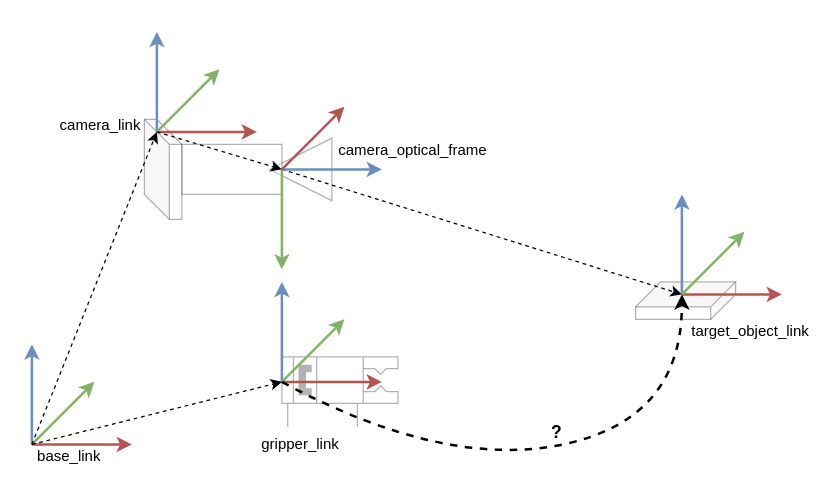
Before: page "example-transformation" (2 of 3) of src/resources/ros-tf.drawio in harleylara/robotics, a draw.io diagram. Source tidied: cells renumbered, new cells numbered last; positions are measured from the earlier drawing's top-left corner, leaving out a move shared by most shapes. Both pictures are drawn from the tidied source at 125%, with x=0, y=0 at pixel (31, 31).
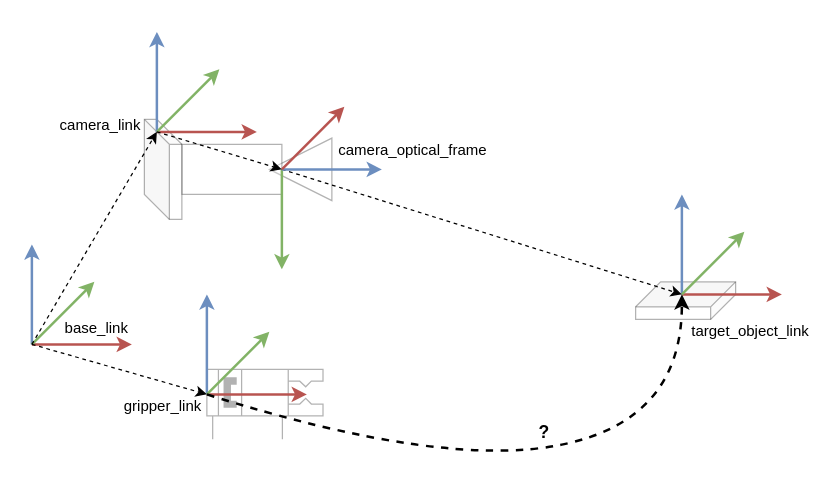
After the change.

Commit message:
add example of common names

The edit, as a diff of the source:
```diff
@@
     <mxCell id="11" style="verticalLabelPosition=bottom;html=1;verticalAlign=top;fillColor=strokeColor;align=center;shape=mxgraph.fluid_power.x11630;opacity=30;" parent="1" vertex="1">
-      <mxGeometry x="200" y="260" width="92.9" height="55.8" as="geometry" />
+      <mxGeometry x="140" y="270" width="92.9" height="55.8" as="geometry" />
     </mxCell>
     <mxCell id="12" style="group;" parent="1" vertex="1">
-      <mxGeometry y="250" width="80" height="80" as="geometry" />
+      <mxGeometry y="170" width="80" height="80" as="geometry" />
     </mxCell>
@@
-    <mxCell id="16" value="base_link" style="text;html=1;whiteSpace=wrap;strokeColor=none;fillColor=none;align=center;verticalAlign=middle;rounded=0;" parent="1" vertex="1">
-      <mxGeometry y="330" width="60" height="20" as="geometry" />
-    </mxCell>
@@
     <mxCell id="22" value="gripper_link" style="text;html=1;whiteSpace=wrap;strokeColor=none;fillColor=none;align=center;verticalAlign=middle;rounded=0;" parent="1" vertex="1">
-      <mxGeometry x="180" y="320" width="70" height="20" as="geometry" />
+      <mxGeometry x="70" y="290" width="70" height="20" as="geometry" />
     </mxCell>
     <mxCell id="23" style="group;" parent="1" vertex="1">
-      <mxGeometry x="200" y="200" width="80" height="80" as="geometry" />
+      <mxGeometry x="140" y="210" width="80" height="80" as="geometry" />
     </mxCell>
@@
-    <mxCell id="32" style="endArrow=classic;html=1;rounded=0;exitX=0;exitY=0;exitDx=0;exitDy=0;dashed=1;" parent="1" edge="1" source="16">
+    <mxCell id="32" style="endArrow=classic;html=1;rounded=0;dashed=1;" parent="1" edge="1">
       <mxGeometry relative="1" as="geometry">
+        <mxPoint y="250" as="sourcePoint" />
         <mxPoint x="100" y="80" as="targetPoint" />
       </mxGeometry>
     </mxCell>
@@
-    <mxCell id="34" style="endArrow=classic;html=1;rounded=0;exitX=0;exitY=0;exitDx=0;exitDy=0;dashed=1;" parent="1" edge="1" source="16">
+    <mxCell id="34" style="endArrow=classic;html=1;rounded=0;dashed=1;" parent="1" edge="1">
       <mxGeometry relative="1" as="geometry">
-        <mxPoint x="200" y="280" as="targetPoint" />
+        <mxPoint y="250" as="sourcePoint" />
+        <mxPoint x="140" y="290" as="targetPoint" />
       </mxGeometry>
     </mxCell>
     <mxCell id="35" style="curved=1;endArrow=classic;html=1;rounded=0;dashed=1;strokeWidth=2;" parent="1" edge="1">
       <mxGeometry relative="1" as="geometry">
-        <mxPoint x="200" y="280" as="sourcePoint" />
+        <mxPoint x="140" y="290" as="sourcePoint" />
         <mxPoint x="520" y="210" as="targetPoint" />
         <Array as="points">
           <mxPoint x="330" y="350" />
           <mxPoint x="520" y="310" />
         </Array>
       </mxGeometry>
     </mxCell>
     <mxCell id="36" value="?" style="text;html=1;whiteSpace=wrap;strokeColor=none;fillColor=none;align=center;verticalAlign=middle;rounded=0;fontStyle=1;fontSize=14;" parent="1" vertex="1">
-      <mxGeometry x="410" y="310" width="20" height="20" as="geometry" />
+      <mxGeometry x="400" y="310" width="20" height="20" as="geometry" />
     </mxCell>
+    <mxCell id="16" value="base_link" style="text;html=1;whiteSpace=wrap;strokeColor=none;fillColor=none;align=center;verticalAlign=middle;rounded=0;" parent="1" vertex="1">
+      <mxGeometry x="22" y="227" width="60" height="20" as="geometry" />
+    </mxCell>
```
